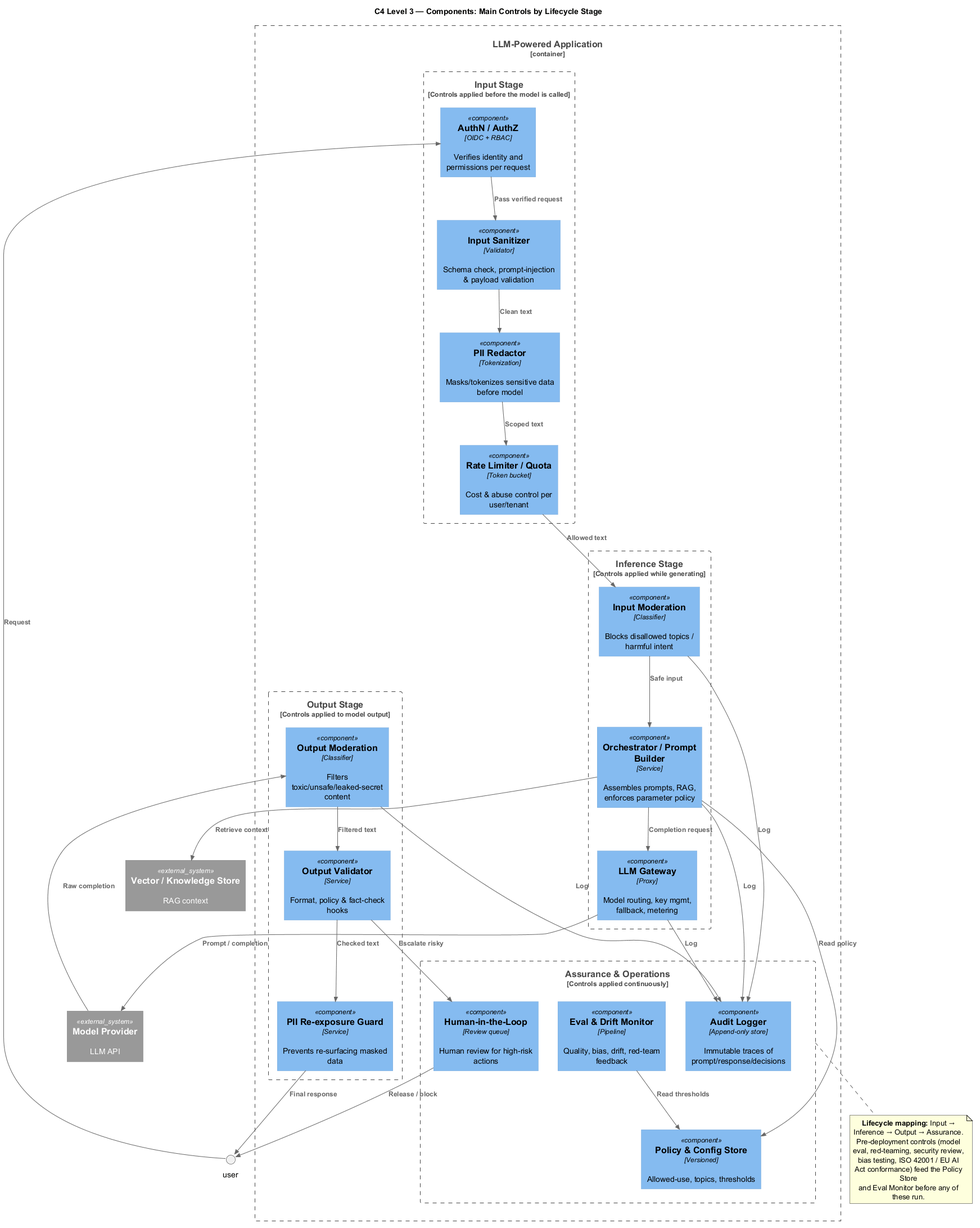
Before: 03-component.png, a diagram exported from PlantUML (hoggmania/llm-c4-controls). The source it was exported from:
```plantuml
@startuml
!includeurl https://raw.githubusercontent.com/plantuml-stdlib/C4-PlantUML/master/C4_Component.puml

title C4 Level 3 — Components: Main Controls by Lifecycle Stage

Container_Boundary(app, "LLM-Powered Application") {

  Boundary(b_in, "Input Stage", "Controls applied before the model is called") {
    Component(auth, "AuthN / AuthZ", "OIDC + RBAC", "Verifies identity and permissions per request")
    Component(sanitize, "Input Sanitizer", "Validator", "Schema check, prompt-injection & payload validation")
    Component(pii_in, "PII Redactor", "Tokenization", "Masks/tokenizes sensitive data before model")
    Component(limit_in, "Rate Limiter / Quota", "Token bucket", "Cost & abuse control per user/tenant")
  }

  Boundary(b_inf, "Inference Stage", "Controls applied while generating") {
    Component(orch, "Orchestrator / Prompt Builder", "Service", "Assembles prompts, RAG, enforces parameter policy")
    Component(mod_in, "Input Moderation", "Classifier", "Blocks disallowed topics / harmful intent")
    Component(gateway, "LLM Gateway", "Proxy", "Model routing, key mgmt, fallback, metering")
  }

  Boundary(b_out, "Output Stage", "Controls applied to model output") {
    Component(mod_out, "Output Moderation", "Classifier", "Filters toxic/unsafe/leaked-secret content")
    Component(validate, "Output Validator", "Service", "Format, policy & fact-check hooks")
    Component(pii_out, "PII Re-exposure Guard", "Service", "Prevents re-surfacing masked data")
  }

  Boundary(b_ops, "Assurance & Operations", "Controls applied continuously") {
    Component(audit, "Audit Logger", "Append-only store", "Immutable traces of prompt/response/decisions")
    Component(hitl, "Human-in-the-Loop", "Review queue", "Human review for high-risk actions")
    Component(eval, "Eval & Drift Monitor", "Pipeline", "Quality, bias, drift, red-team feedback")
    Component(policy, "Policy & Config Store", "Versioned", "Allowed-use, topics, thresholds")
  }
}

System_Ext(modelProvider, "Model Provider", "LLM API")
System_Ext(vec, "Vector / Knowledge Store", "RAG context")

Rel(user, auth, "Request", "")
Rel(auth, sanitize, "Pass verified request", "")
Rel(sanitize, pii_in, "Clean text", "")
Rel(pii_in, limit_in, "Scoped text", "")
Rel(limit_in, mod_in, "Allowed text", "")
Rel(mod_in, orch, "Safe input", "")
Rel(orch, vec, "Retrieve context", "")
Rel(orch, gateway, "Completion request", "")
Rel(gateway, modelProvider, "Prompt / completion", "")
Rel(modelProvider, mod_out, "Raw completion", "")
Rel(mod_out, validate, "Filtered text", "")
Rel(validate, pii_out, "Checked text", "")
Rel(pii_out, user, "Final response", "")

Rel(orch, audit, "Log", "")
Rel(gateway, audit, "Log", "")
Rel(mod_in, audit, "Log", "")
Rel(mod_out, audit, "Log", "")
Rel(validate, hitl, "Escalate risky", "")
Rel(hitl, user, "Release / block", "")
Rel(eval, policy, "Read thresholds", "")
Rel(orch, policy, "Read policy", "")

note bottom of b_ops
  <b>Lifecycle mapping:</b> Input → Inference → Output → Assurance.
  Pre-deployment controls (model eval, red-teaming, security review,
  bias testing, ISO 42001 / EU AI Act conformance) feed the Policy Store
  and Eval Monitor before any of these run.
end note

@enduml
```
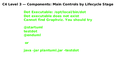
After the commit.

Change to the diagram source:
```diff
@@ -2,6 +2,8 @@
 !includeurl https://raw.githubusercontent.com/plantuml-stdlib/C4-PlantUML/master/C4_Component.puml
 
 title C4 Level 3 — Components: Main Controls by Lifecycle Stage
+
+Person(user, "End User", "Submits requests and receives approved responses")
 
 Container_Boundary(app, "LLM-Powered Application") {
 
```
